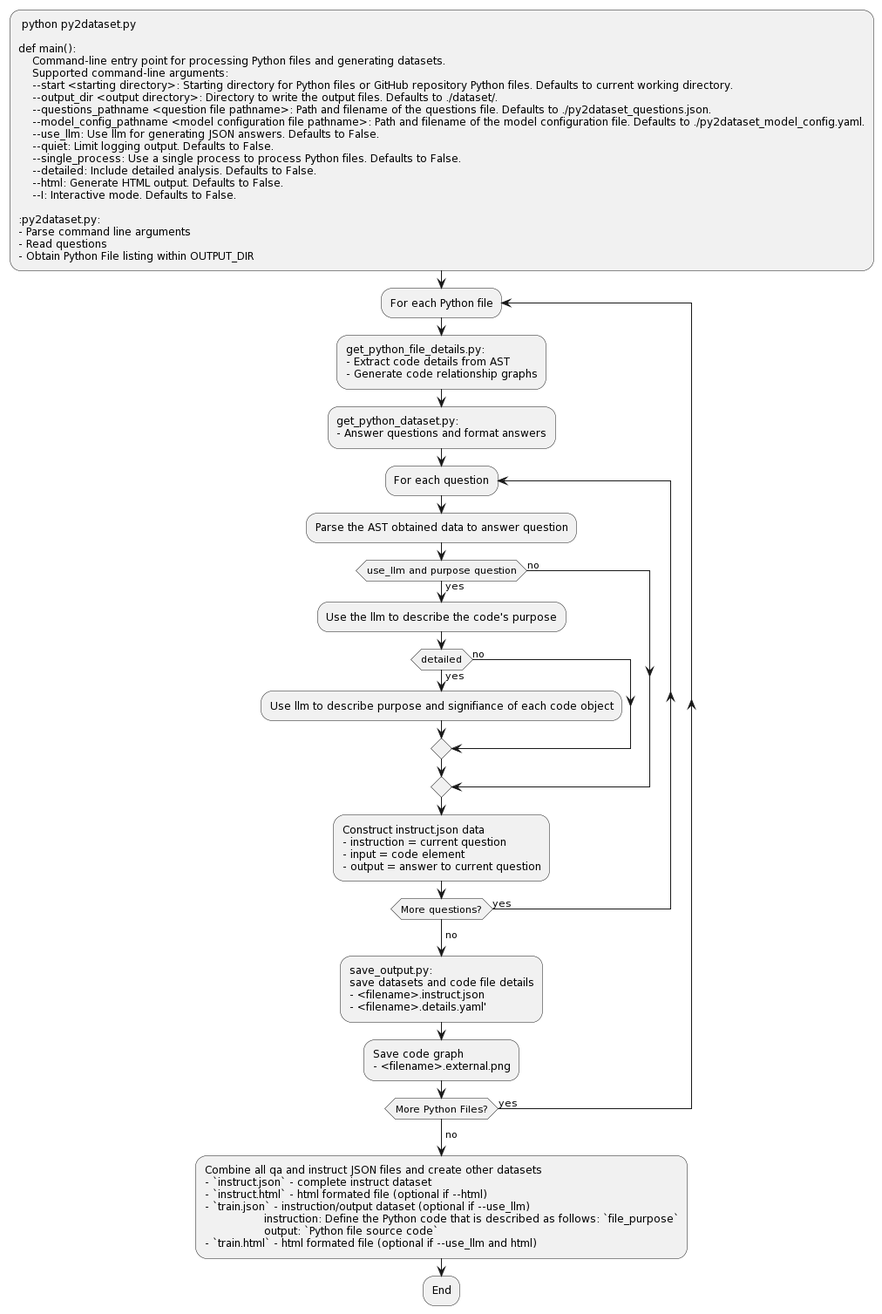
Before: py2dataset.png, a diagram exported from PlantUML (jeffmeloy/py2dataset).
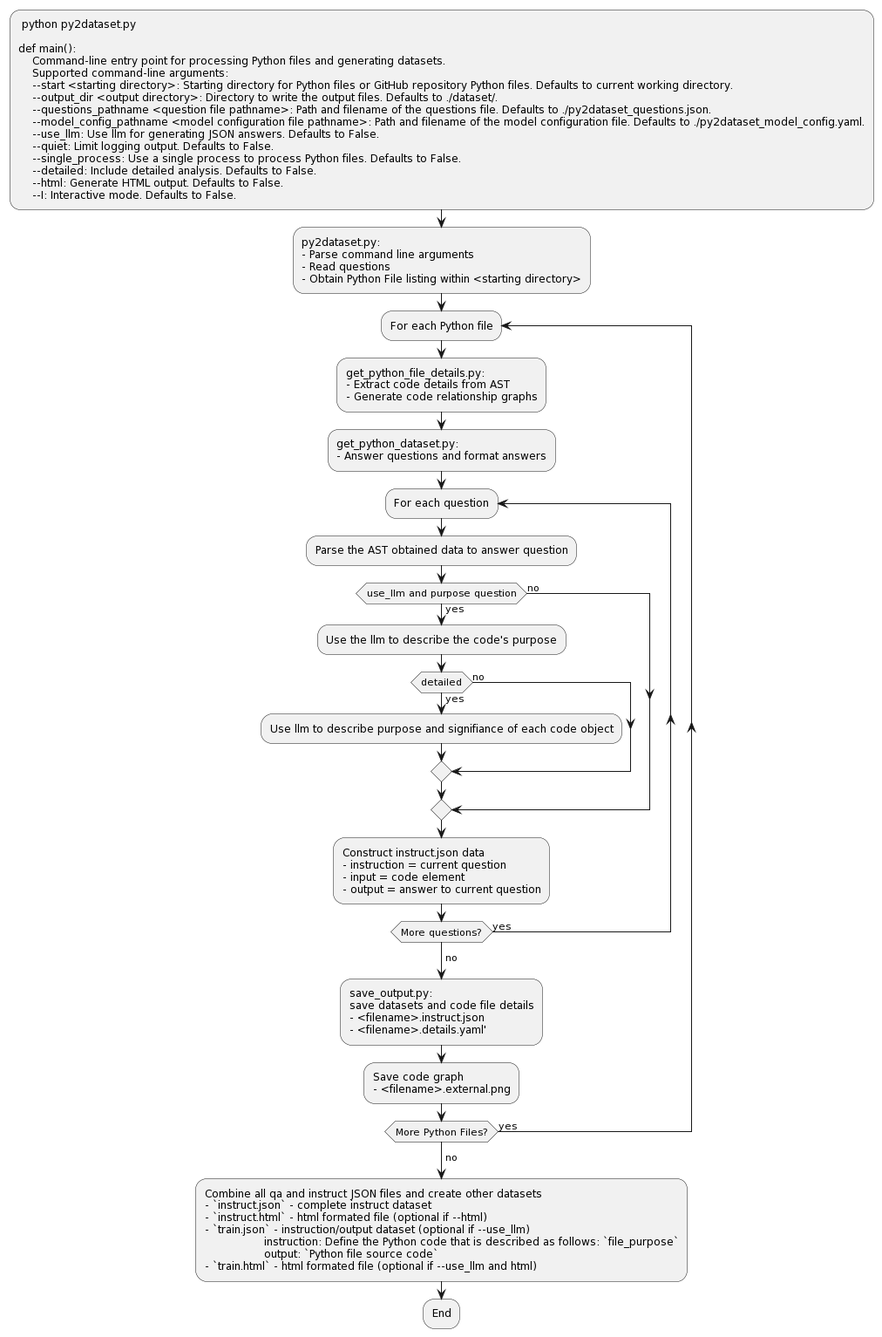
The same diagram one commit later.

Change to the diagram source:
```diff
@@ -13,12 +13,12 @@
     --single_process: Use a single process to process Python files. Defaults to False.
     --detailed: Include detailed analysis. Defaults to False.
     --html: Generate HTML output. Defaults to False.
-    --I: Interactive mode. Defaults to False.
+    --I: Interactive mode. Defaults to False.;
 
 :py2dataset.py:
 - Parse command line arguments
 - Read questions
-- Obtain Python File listing within OUTPUT_DIR;
+- Obtain Python File listing within <starting directory>;
 
 Repeat :For each Python file;
 
```
